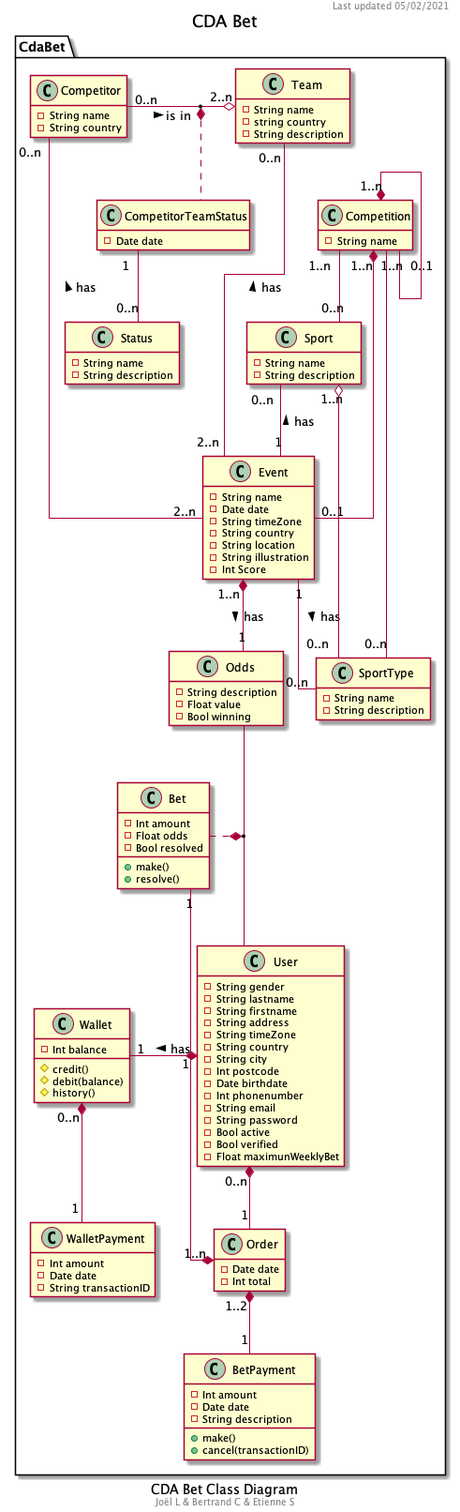
This is docs/diagrams/export/CDA Bet Class Diagram.png from OFP-CDA-Mulhouse-2020/parisportif1, a PlantUML export, as it was before one commit.
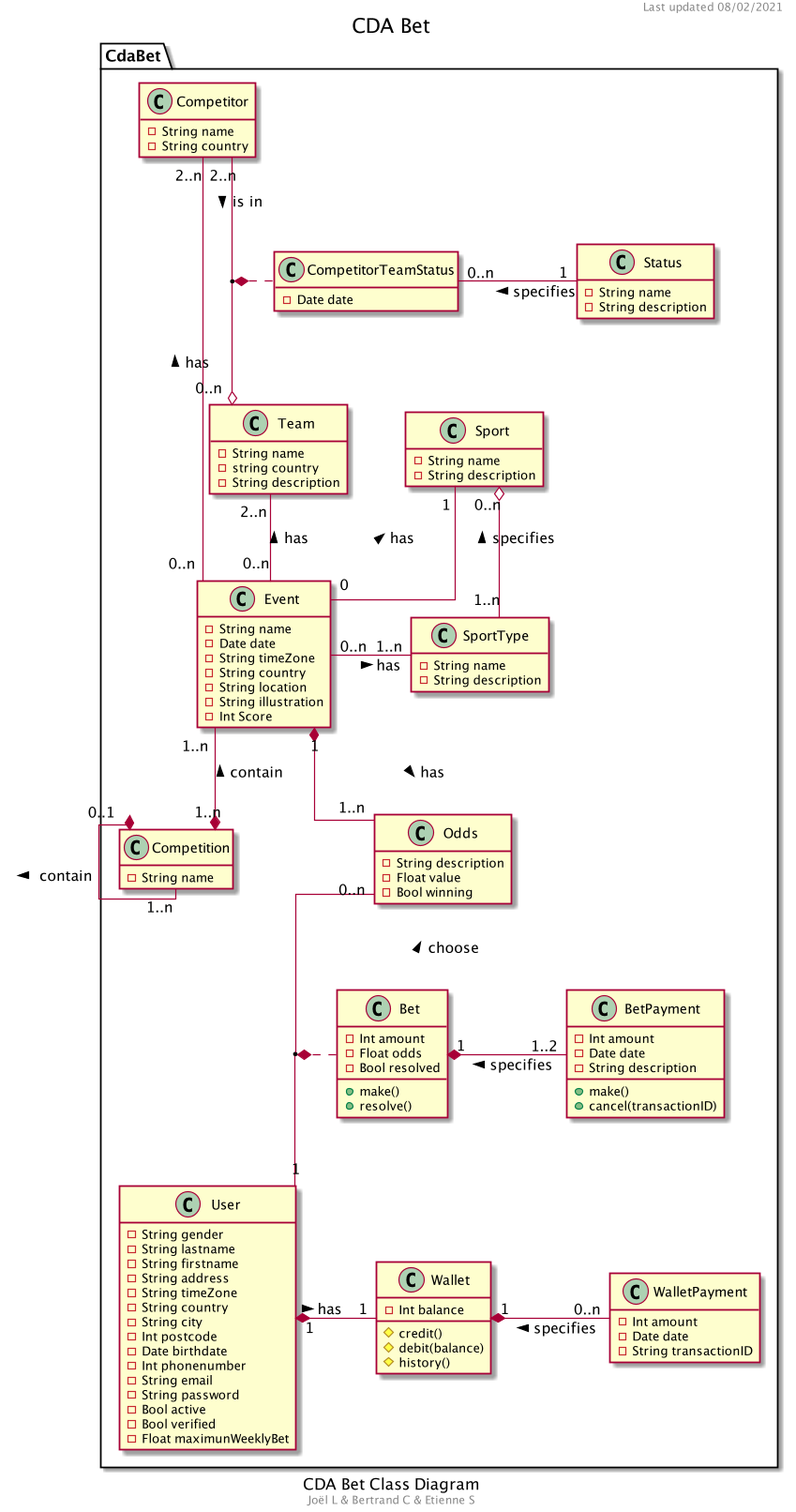
The same file after the commit.

Commit message:
UML Rework arrangement and removed irrelevant relations

Change to the diagram source:
```diff
@@ -3,7 +3,7 @@
 skinparam linetype ortho
 caption CDA Bet Class Diagram
 footer Joël L & Bertrand C & Etienne S
-header Last updated 05/02/2021
+header Last updated 08/02/2021
 title CDA Bet
 
 namespace CdaBet {
@@ -73,11 +73,6 @@
         #history()
     }
 
-    class Order {
-        -Date date
-        -Int total
-    }
-
     class Bet {
         -Int amount
         -Float odds
@@ -109,30 +104,31 @@
         -Date date
     }
 
-    Event "1" -up- "0..n" Sport : has >
-    Event "1" -- "0..n" SportType : has >
-    Competition "1..n" -- "0..n" Sport
-    Sport "1..n" o- "0..n" SportType
-    Competition "1..n" *- "0..1" Competition
-    Competition "1..n" *-- "0..1" Event
-    Competition "1..n" - "0..n" SportType
+    Event "0" -up- "1" Sport : has >
+    Event "0..n" - "1..n" SportType : has >
+    Sport "0..n" o- "1..n" SportType : specifies <
 
-    Team "0..n" ---- "2..n" Event : has <
+    Competition "1..n" *-up- "1..n" Event : contain >
 
-    User "1" *-left- "1" Wallet : has >
-    User "0..n" *-- "1" Order
-    Order "1..2" *-- "1" BetPayment
-    Order "1..n" *-up- "1" Bet
+    Competition "0..1" *-- "1..n" Competition : contain >
 
-    Event "1..n" *-down- "1" Odds : has >
-    Event "2..n" -left- "0..n" Competitor: has >
-    Wallet "0..n" *-- "1" WalletPayment
+    Competitor "2..n" --o "0..n" Team : is in >
+    Team "2..n" -- "0..n" Event : has <
 
-    Competitor "0..n" -right-o "2..n" Team : is in >
+    Competitor "2..n" - "0..n" Event: has <
 
-    CompetitorTeamStatus "1" -- "0..n" Status
+    CompetitorTeamStatus "0..n" - "1" Status : specifies <
+    (Competitor, Team) *.. CompetitorTeamStatus
 
-    Bet "1" ..* (Odds, User)
-    (Competitor, Team) *.. "1" CompetitorTeamStatus
+
+    Event "1" *-- "1..n" Odds : has >
+
+    Odds "0..n" -down- "1" User : choose <
+    (Odds, User) *.. Bet
+
+    Bet "1" *- "1..2" BetPayment : specifies <
+
+    Wallet "1" -left-* "1" User : has <
+    Wallet "1" *- "0..n" WalletPayment : specifies <
 }
 @enduml
```
